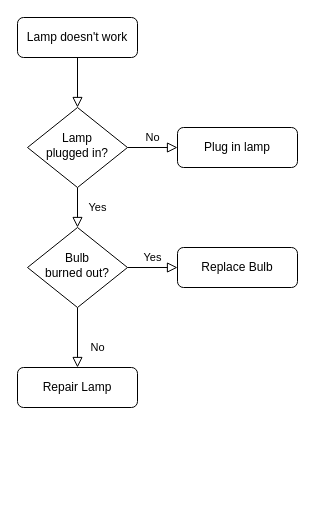
This is vdocking_donghu_kxsf.drawio from Bravebund/diagrams, a draw.io file, before an edit. Source tidied: cells renumbered, new cells numbered last; positions are measured from the earlier drawing's top-left corner, leaving out a move shared by most shapes. Both pictures are drawn from the tidied source at 100%, with x=0, y=0 at pixel (17, 17).
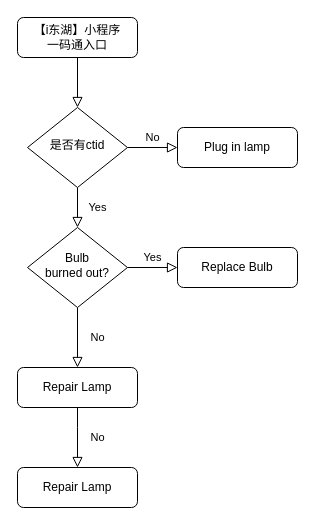
The same page after the edit.

Diff of the diagram source:
```diff
@@
 <mxGraphModel>
   <root>
     <mxCell id="0" />
     <mxCell id="1" parent="0" />
+    <mxCell id="13" value="No" style="rounded=0;html=1;jettySize=auto;fontSize=11;endArrow=block;endFill=0;endSize=8;strokeWidth=1;shadow=0;labelBackgroundColor=none;edgeStyle=orthogonalEdgeStyle;exitX=0.5;exitY=1;exitDx=0;exitDy=0;entryX=0.5;entryY=0;entryDx=0;entryDy=0;fontFamily=Helvetica;verticalAlign=middle;" parent="1" edge="1" source="11" target="14">
+      <mxGeometry y="20" relative="1" as="geometry">
+        <Array as="points">
+          <mxPoint x="60" y="410" />
+          <mxPoint x="60" y="410" />
+        </Array>
+      </mxGeometry>
+    </mxCell>
     <mxCell id="2" style="rounded=0;html=1;jettySize=auto;fontSize=11;endArrow=block;endFill=0;endSize=8;strokeWidth=1;shadow=0;labelBackgroundColor=none;edgeStyle=orthogonalEdgeStyle;" parent="1" edge="1" source="3" target="6">
       <mxGeometry relative="1" as="geometry" />
     </mxCell>
-    <mxCell id="3" value="Lamp doesn't work" style="rounded=1;whiteSpace=wrap;html=1;fontSize=12;glass=0;strokeWidth=1;shadow=0;" parent="1" vertex="1">
+    <mxCell id="3" value="【i东湖】小程序&lt;br&gt;一码通入口" style="rounded=1;whiteSpace=wrap;html=1;fontSize=12;glass=0;strokeWidth=1;shadow=0;" parent="1" vertex="1">
       <mxGeometry width="120" height="40" as="geometry" />
     </mxCell>
     <mxCell id="4" value="Yes" style="rounded=0;html=1;jettySize=auto;fontSize=11;endArrow=block;endFill=0;endSize=8;strokeWidth=1;shadow=0;labelBackgroundColor=none;edgeStyle=orthogonalEdgeStyle;" parent="1" edge="1" source="6" target="10">
       <mxGeometry y="20" relative="1" as="geometry" />
     </mxCell>
     <mxCell id="5" value="No" style="edgeStyle=orthogonalEdgeStyle;rounded=0;html=1;jettySize=auto;fontSize=11;endArrow=block;endFill=0;endSize=8;strokeWidth=1;shadow=0;labelBackgroundColor=none;" parent="1" edge="1" source="6" target="7">
       <mxGeometry y="10" relative="1" as="geometry" />
     </mxCell>
-    <mxCell id="6" value="Lamp&lt;br&gt;plugged in?" style="rhombus;whiteSpace=wrap;html=1;shadow=0;fontFamily=Helvetica;fontSize=12;align=center;strokeWidth=1;spacing=6;spacingTop=-4;" parent="1" vertex="1">
+    <mxCell id="6" value="是否有ctid" style="rhombus;whiteSpace=wrap;html=1;shadow=0;fontFamily=Helvetica;fontSize=12;align=center;strokeWidth=1;spacing=6;spacingTop=-4;" parent="1" vertex="1">
       <mxGeometry x="10" y="90" width="100" height="80" as="geometry" />
     </mxCell>
     <mxCell id="7" value="Plug in lamp" style="rounded=1;whiteSpace=wrap;html=1;fontSize=12;glass=0;strokeWidth=1;shadow=0;" parent="1" vertex="1">
       <mxGeometry x="160" y="110" width="120" height="40" as="geometry" />
     </mxCell>
     <mxCell id="8" value="No" style="rounded=0;html=1;jettySize=auto;fontSize=11;endArrow=block;endFill=0;endSize=8;strokeWidth=1;shadow=0;labelBackgroundColor=none;edgeStyle=orthogonalEdgeStyle;" parent="1" edge="1" source="10" target="11">
-      <mxGeometry x="0.33" y="20" relative="1" as="geometry" />
+      <mxGeometry y="20" relative="1" as="geometry" />
     </mxCell>
     <mxCell id="9" value="Yes" style="edgeStyle=orthogonalEdgeStyle;rounded=0;html=1;jettySize=auto;fontSize=11;endArrow=block;endFill=0;endSize=8;strokeWidth=1;shadow=0;labelBackgroundColor=none;" parent="1" edge="1" source="10" target="12">
       <mxGeometry y="10" relative="1" as="geometry" />
     </mxCell>
     <mxCell id="10" value="Bulb&lt;br&gt;burned out?" style="rhombus;whiteSpace=wrap;html=1;shadow=0;fontFamily=Helvetica;fontSize=12;align=center;strokeWidth=1;spacing=6;spacingTop=-4;" parent="1" vertex="1">
       <mxGeometry x="10" y="210" width="100" height="80" as="geometry" />
     </mxCell>
     <mxCell id="11" value="Repair Lamp" style="rounded=1;whiteSpace=wrap;html=1;fontSize=12;glass=0;strokeWidth=1;shadow=0;" parent="1" vertex="1">
       <mxGeometry y="350" width="120" height="40" as="geometry" />
     </mxCell>
     <mxCell id="12" value="Replace Bulb" style="rounded=1;whiteSpace=wrap;html=1;fontSize=12;glass=0;strokeWidth=1;shadow=0;" parent="1" vertex="1">
       <mxGeometry x="160" y="230" width="120" height="40" as="geometry" />
     </mxCell>
+    <mxCell id="14" value="Repair Lamp" style="rounded=1;whiteSpace=wrap;html=1;fontSize=12;glass=0;strokeWidth=1;shadow=0;" parent="1" vertex="1">
+      <mxGeometry y="450" width="120" height="40" as="geometry" />
+    </mxCell>
   </root>
 </mxGraphModel>
```
